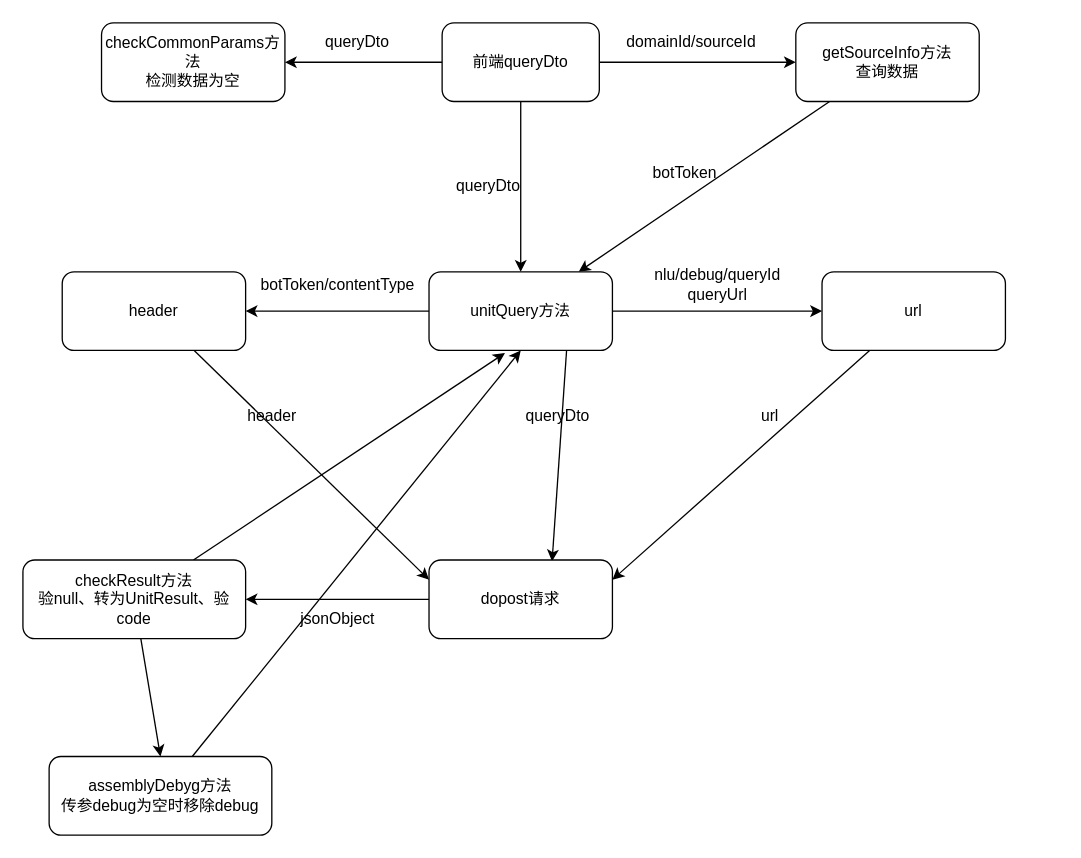
Above: 会话开始.drawio in NefertariTraveler/JdbcHomeWork (draw.io), before the change. Source tidied: cells renumbered, new cells numbered last; positions are measured from the earlier drawing's top-left corner, leaving out a move shared by most shapes. Both pictures are drawn from the tidied source at 131%, with x=0, y=0 at pixel (22, 22).
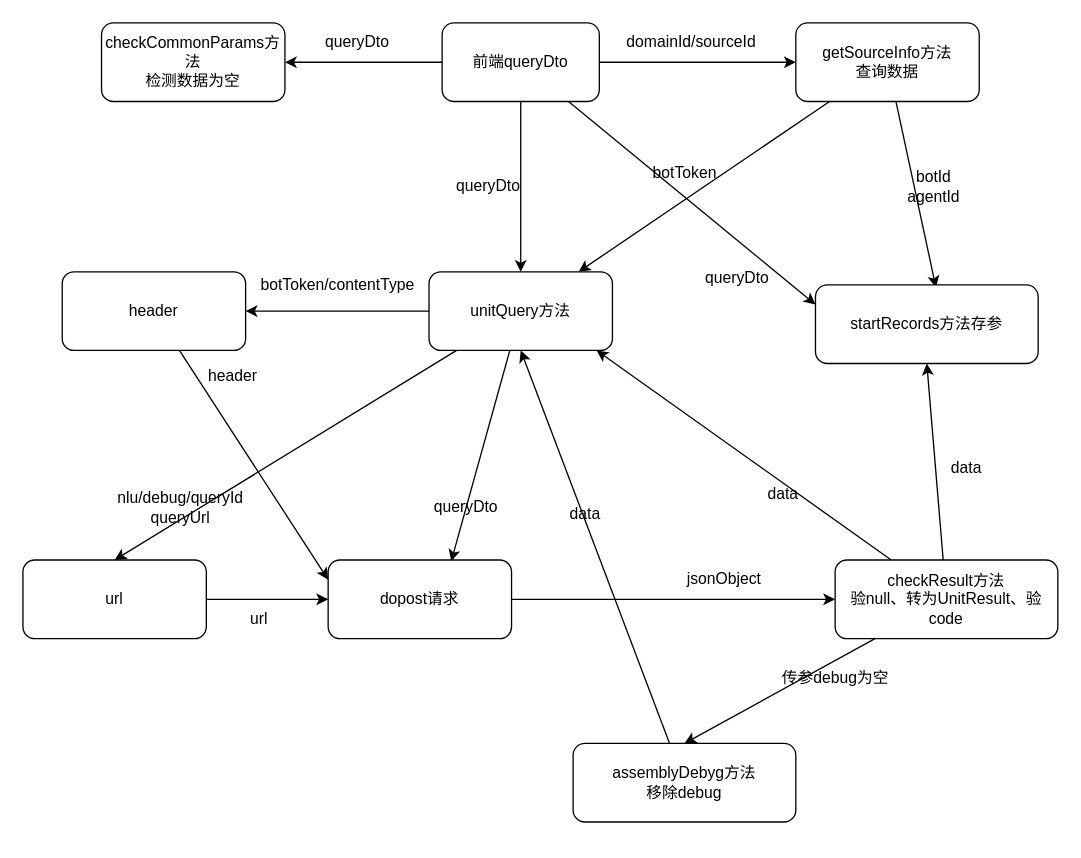
Above is the later version.

Commit message (it also covers changes not shown here):
更新会话开始.drawio

Unchanged cells that the change refers to:
```xml
<mxCell id="5" value="前端queryDto" style="rounded=1;whiteSpace=wrap;html=1;" parent="1" vertex="1">
  <mxGeometry x="320" width="120" height="60" as="geometry" />
</mxCell>
<mxCell id="9" value="&lt;div&gt;getSourceInfo方法&lt;/div&gt;&lt;div&gt;查询数据&lt;br&gt;&lt;/div&gt;" style="rounded=1;whiteSpace=wrap;html=1;" parent="1" vertex="1">
  <mxGeometry x="590" width="140" height="60" as="geometry" />
</mxCell>
<mxCell id="15" value="unitQuery方法" style="rounded=1;whiteSpace=wrap;html=1;" parent="1" vertex="1">
  <mxGeometry x="310" y="190" width="140" height="60" as="geometry" />
</mxCell>
```

The edit, as a diff of the source:
```diff
@@
+    <mxCell id="34" style="edgeStyle=none;rounded=0;jettySize=auto;html=1;entryX=0;entryY=0.25;entryDx=0;entryDy=0;" parent="1" edge="1" source="5" target="37">
+      <mxGeometry relative="1" as="geometry" />
+    </mxCell>
@@
+    <mxCell id="35" style="edgeStyle=none;rounded=0;jettySize=auto;html=1;entryX=0.541;entryY=0.033;entryDx=0;entryDy=0;entryPerimeter=0;" parent="1" edge="1" source="9" target="37">
+      <mxGeometry relative="1" as="geometry" />
+    </mxCell>
@@
+    <mxCell id="14" style="edgeStyle=none;rounded=0;jettySize=auto;html=1;entryX=0.671;entryY=0.017;entryDx=0;entryDy=0;entryPerimeter=0;" parent="1" edge="1" source="15" target="24">
+      <mxGeometry relative="1" as="geometry" />
+    </mxCell>
-    <mxCell id="13" style="edgeStyle=none;rounded=0;jettySize=auto;html=1;entryX=0;entryY=0.5;entryDx=0;entryDy=0;" parent="1" edge="1" source="15" target="20">
+    <mxCell id="13" style="edgeStyle=none;rounded=0;jettySize=auto;html=1;entryX=0.5;entryY=0;entryDx=0;entryDy=0;" parent="1" edge="1" source="15" target="20">
       <mxGeometry relative="1" as="geometry" />
     </mxCell>
-    <mxCell id="14" style="edgeStyle=none;rounded=0;jettySize=auto;html=1;entryX=0.671;entryY=0.017;entryDx=0;entryDy=0;exitX=0.75;exitY=1;exitDx=0;exitDy=0;entryPerimeter=0;" parent="1" edge="1" source="15" target="24">
-      <mxGeometry relative="1" as="geometry" />
-    </mxCell>
@@
-    <mxCell id="19" style="edgeStyle=none;rounded=0;jettySize=auto;html=1;entryX=1;entryY=0.25;entryDx=0;entryDy=0;" parent="1" edge="1" source="20" target="24">
+    <mxCell id="19" style="edgeStyle=none;rounded=0;jettySize=auto;html=1;entryX=0;entryY=0.5;entryDx=0;entryDy=0;" parent="1" edge="1" source="20" target="24">
       <mxGeometry relative="1" as="geometry" />
     </mxCell>
     <mxCell id="20" value="url" style="rounded=1;whiteSpace=wrap;html=1;" parent="1" vertex="1">
-      <mxGeometry x="610" y="190" width="140" height="60" as="geometry" />
+      <mxGeometry y="410" width="140" height="60" as="geometry" />
     </mxCell>
@@
     <mxCell id="22" value="&lt;div&gt;nlu/debug/queryId&lt;/div&gt;&lt;div&gt;queryUrl&lt;/div&gt;" style="text;html=1;align=center;verticalAlign=middle;strokeColor=none;fillColor=none;" parent="1" vertex="1">
-      <mxGeometry x="470" y="180" width="120" height="40" as="geometry" />
+      <mxGeometry x="60" y="350" width="120" height="40" as="geometry" />
     </mxCell>
-    <mxCell id="23" style="edgeStyle=none;rounded=0;jettySize=auto;html=1;entryX=1;entryY=0.5;entryDx=0;entryDy=0;" parent="1" edge="1" source="24" target="31">
+    <mxCell id="23" style="edgeStyle=none;rounded=0;jettySize=auto;html=1;entryX=0;entryY=0.5;entryDx=0;entryDy=0;" parent="1" edge="1" source="24" target="31">
       <mxGeometry relative="1" as="geometry" />
     </mxCell>
     <mxCell id="24" value="dopost请求" style="rounded=1;whiteSpace=wrap;html=1;" parent="1" vertex="1">
-      <mxGeometry x="310" y="410" width="140" height="60" as="geometry" />
+      <mxGeometry x="233" y="410" width="140" height="60" as="geometry" />
     </mxCell>
     <mxCell id="25" value="url" style="text;html=1;align=center;verticalAlign=middle;strokeColor=none;fillColor=none;" parent="1" vertex="1">
-      <mxGeometry x="550" y="285" width="40" height="30" as="geometry" />
+      <mxGeometry x="160" y="440" width="40" height="30" as="geometry" />
     </mxCell>
     <mxCell id="26" value="&lt;div&gt;header&lt;/div&gt;" style="text;html=1;align=center;verticalAlign=middle;strokeColor=none;fillColor=none;" parent="1" vertex="1">
-      <mxGeometry x="160" y="285" width="60" height="30" as="geometry" />
+      <mxGeometry x="130" y="255" width="60" height="30" as="geometry" />
     </mxCell>
     <mxCell id="27" value="queryDto" style="text;html=1;align=center;verticalAlign=middle;strokeColor=none;fillColor=none;" parent="1" vertex="1">
-      <mxGeometry x="373" y="285" width="70" height="30" as="geometry" />
+      <mxGeometry x="303" y="355" width="70" height="30" as="geometry" />
     </mxCell>
     <mxCell id="28" value="&lt;div&gt;jsonObject&lt;/div&gt;" style="text;html=1;align=center;verticalAlign=middle;strokeColor=none;fillColor=none;" parent="1" vertex="1">
-      <mxGeometry x="200" y="440" width="80" height="30" as="geometry" />
+      <mxGeometry x="495" y="410" width="80" height="30" as="geometry" />
     </mxCell>
+    <mxCell id="30" style="edgeStyle=none;rounded=0;jettySize=auto;html=1;entryX=0.5;entryY=0;entryDx=0;entryDy=0;" parent="1" edge="1" source="31" target="33">
+      <mxGeometry relative="1" as="geometry" />
+    </mxCell>
-    <mxCell id="29" style="edgeStyle=none;rounded=0;jettySize=auto;html=1;entryX=0.414;entryY=1.033;entryDx=0;entryDy=0;entryPerimeter=0;" parent="1" edge="1" source="31" target="15">
+    <mxCell id="29" style="edgeStyle=none;rounded=0;jettySize=auto;html=1;entryX=0.914;entryY=1;entryDx=0;entryDy=0;entryPerimeter=0;" parent="1" edge="1" source="31" target="15">
       <mxGeometry relative="1" as="geometry" />
     </mxCell>
-    <mxCell id="30" style="edgeStyle=none;rounded=0;jettySize=auto;html=1;entryX=0.5;entryY=0;entryDx=0;entryDy=0;" parent="1" edge="1" source="31" target="33">
-      <mxGeometry relative="1" as="geometry" />
-    </mxCell>
+    <mxCell id="36" style="edgeStyle=none;rounded=0;jettySize=auto;html=1;entryX=0.5;entryY=1;entryDx=0;entryDy=0;" parent="1" edge="1" source="31" target="37">
+      <mxGeometry relative="1" as="geometry" />
+    </mxCell>
     <mxCell id="31" value="&lt;div&gt;checkResult方法&lt;/div&gt;&lt;div&gt;验null、转为UnitResult、验code&lt;br&gt;&lt;/div&gt;" style="rounded=1;whiteSpace=wrap;html=1;" parent="1" vertex="1">
-      <mxGeometry y="410" width="170" height="60" as="geometry" />
+      <mxGeometry x="620" y="410" width="170" height="60" as="geometry" />
     </mxCell>
@@
-    <mxCell id="33" value="&lt;div&gt;assemblyDebyg方法&lt;/div&gt;&lt;div&gt;传参debug为空时移除debug&lt;br&gt;&lt;/div&gt;" style="rounded=1;whiteSpace=wrap;html=1;" parent="1" vertex="1">
-      <mxGeometry x="20" y="560" width="170" height="60" as="geometry" />
+    <mxCell id="33" value="&lt;div&gt;assemblyDebyg方法&lt;/div&gt;&lt;div&gt;移除debug&lt;br&gt;&lt;/div&gt;" style="rounded=1;whiteSpace=wrap;html=1;" parent="1" vertex="1">
+      <mxGeometry x="420" y="550" width="170" height="60" as="geometry" />
     </mxCell>
+    <mxCell id="37" value="startRecords方法存参" style="rounded=1;whiteSpace=wrap;html=1;" parent="1" vertex="1">
+      <mxGeometry x="605" y="200" width="170" height="60" as="geometry" />
+    </mxCell>
+    <mxCell id="38" value="&lt;div&gt;botId&lt;/div&gt;&lt;div&gt;agentId&lt;br&gt;&lt;/div&gt;" style="text;html=1;align=center;verticalAlign=middle;strokeColor=none;fillColor=none;" parent="1" vertex="1">
+      <mxGeometry x="665" y="105" width="60" height="40" as="geometry" />
+    </mxCell>
+    <mxCell id="39" value="queryDto" style="text;html=1;align=center;verticalAlign=middle;strokeColor=none;fillColor=none;" parent="1" vertex="1">
+      <mxGeometry x="510" y="180" width="70" height="30" as="geometry" />
+    </mxCell>
+    <mxCell id="40" value="data" style="text;html=1;align=center;verticalAlign=middle;strokeColor=none;fillColor=none;" parent="1" vertex="1">
+      <mxGeometry x="555" y="345" width="50" height="30" as="geometry" />
+    </mxCell>
+    <mxCell id="41" value="data" style="text;html=1;align=center;verticalAlign=middle;strokeColor=none;fillColor=none;" parent="1" vertex="1">
+      <mxGeometry x="695" y="325" width="50" height="30" as="geometry" />
+    </mxCell>
+    <mxCell id="42" value="data" style="text;html=1;align=center;verticalAlign=middle;strokeColor=none;fillColor=none;" parent="1" vertex="1">
+      <mxGeometry x="404" y="360" width="50" height="30" as="geometry" />
+    </mxCell>
+    <mxCell id="43" value="传参debug为空" style="text;html=1;align=center;verticalAlign=middle;strokeColor=none;fillColor=none;" parent="1" vertex="1">
+      <mxGeometry x="565" y="485" width="110" height="30" as="geometry" />
+    </mxCell>
```
